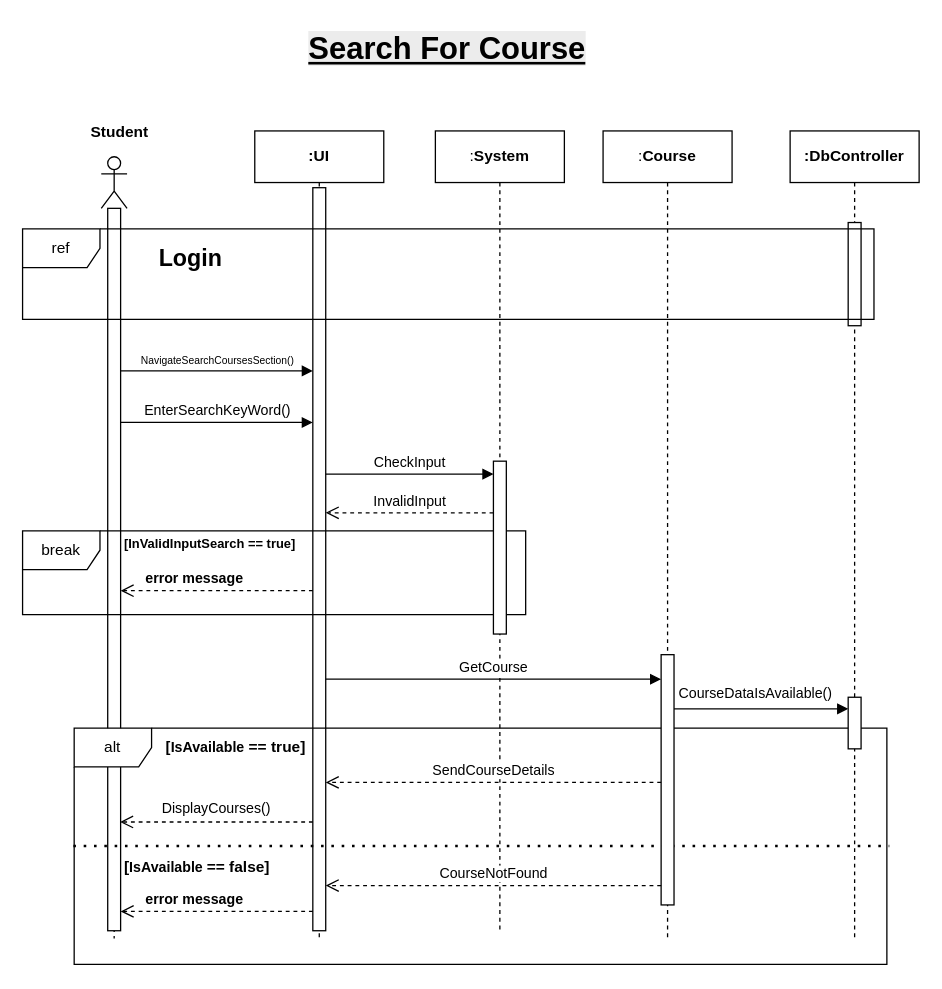
The draw.io diagram page "search for course" (4 of 6) of Diagrams/SequenceDiagram.drawio in Youssefmohamed430/Learning-Management-System, before the edit. Source tidied: cells renumbered, new cells numbered last; positions are measured from the earlier drawing's top-left corner, leaving out a move shared by most shapes. Both pictures are drawn from the tidied source at 129%, with x=0, y=0 at pixel (22, 22).
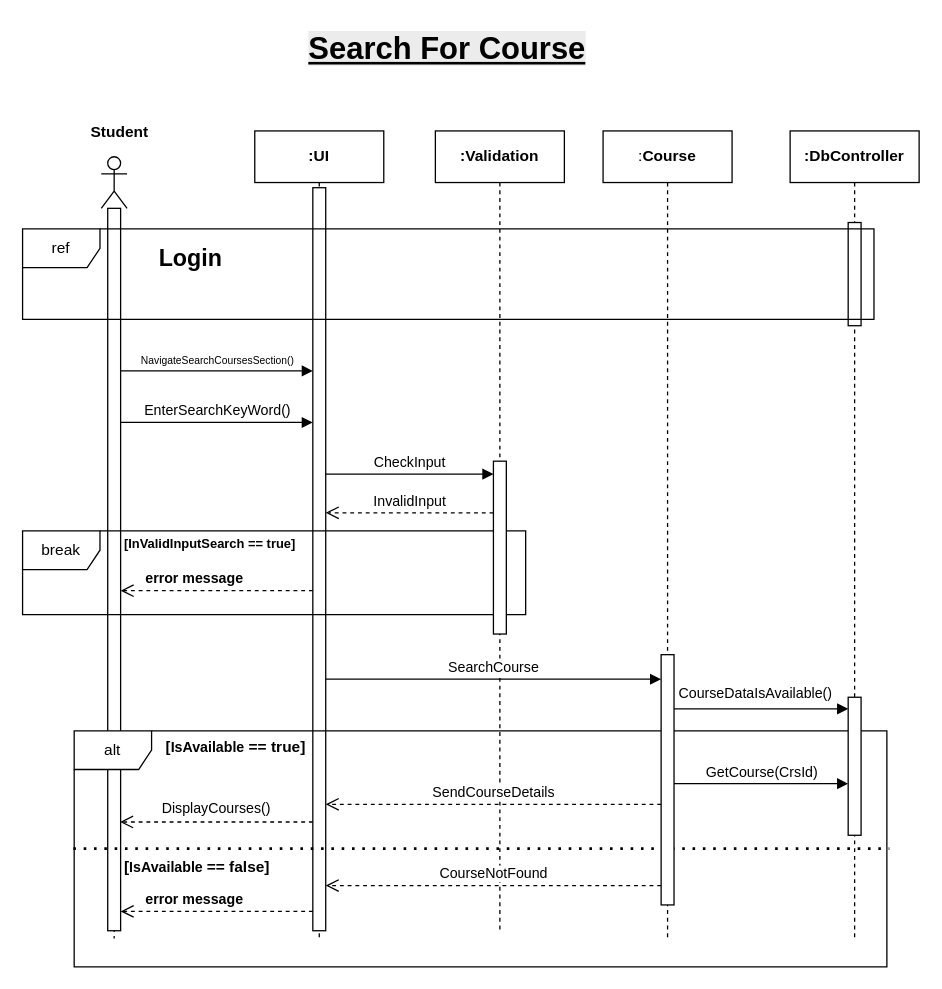
After the change.

Change to the diagram source:
```diff
@@
     <mxCell id="11" value="alt" style="shape=umlFrame;whiteSpace=wrap;html=1;" parent="1" vertex="1">
-      <mxGeometry x="40" y="547" width="630" height="183" as="geometry" />
+      <mxGeometry x="40" y="549" width="630" height="183" as="geometry" />
     </mxCell>
     <mxCell id="12" style="html=1;perimeter=orthogonalPerimeter;targetShapes=umlLifeline;newEdgeStyle={&quot;curved&quot;:0,&quot;rounded&quot;:0};" parent="1" vertex="1">
-      <mxGeometry x="640" y="523" width="10" height="40" as="geometry" />
+      <mxGeometry x="640" y="523" width="10" height="107" as="geometry" />
     </mxCell>
@@
-    <mxCell id="27" value=":&lt;b&gt;System&lt;/b&gt;" style="shape=umlLifeline;perimeter=lifelinePerimeter;whiteSpace=wrap;html=1;newEdgeStyle={&quot;curved&quot;:0,&quot;rounded&quot;:0};" parent="1" vertex="1">
+    <mxCell id="27" value="&lt;b&gt;:Validation&lt;/b&gt;" style="shape=umlLifeline;perimeter=lifelinePerimeter;whiteSpace=wrap;html=1;newEdgeStyle={&quot;curved&quot;:0,&quot;rounded&quot;:0};" parent="1" vertex="1">
       <mxGeometry x="320" y="84" width="100" height="620" as="geometry" />
     </mxCell>
@@
-    <mxCell id="31" value="GetCourse" style="html=1;verticalAlign=bottom;endArrow=block;curved=0;rounded=0;" parent="1" edge="1">
+    <mxCell id="31" value="SearchCourse" style="html=1;verticalAlign=bottom;endArrow=block;curved=0;rounded=0;" parent="1" edge="1">
       <mxGeometry relative="1" as="geometry">
         <mxPoint x="235" y="509" as="sourcePoint" />
         <mxPoint x="495" y="509" as="targetPoint" />
       </mxGeometry>
     </mxCell>
     <mxCell id="32" value="SendCourseDetails" style="html=1;verticalAlign=bottom;endArrow=open;dashed=1;endSize=8;curved=0;rounded=0;" parent="1" edge="1">
       <mxGeometry relative="1" as="geometry">
-        <mxPoint x="495" y="589" as="sourcePoint" />
-        <mxPoint x="235" y="589" as="targetPoint" />
+        <mxPoint x="495" y="606" as="sourcePoint" />
+        <mxPoint x="235" y="606" as="targetPoint" />
       </mxGeometry>
     </mxCell>
@@
+    <mxCell id="34" value="GetCourse(CrsId)" style="html=1;verticalAlign=bottom;endArrow=block;curved=0;rounded=0;" parent="1" edge="1">
+      <mxGeometry relative="1" as="geometry">
+        <mxPoint x="505" y="590" as="sourcePoint" />
+        <mxPoint x="640" y="590" as="targetPoint" />
+      </mxGeometry>
+    </mxCell>
```
